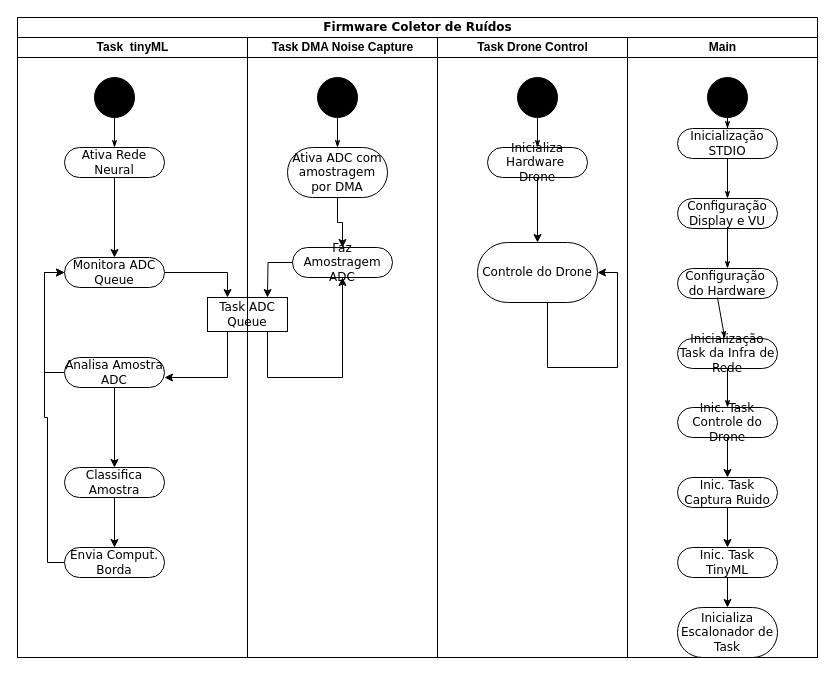
Above: docs/Diagrama sem nome.drawio in ArvoreDosSaberes/magnectostricao (draw.io), before the change. Source tidied: cells renumbered, new cells numbered last; positions are measured from the earlier drawing's top-left corner, leaving out a move shared by most shapes. Both pictures are drawn from the tidied source at 100%, with x=0, y=0 at pixel (17, 17).
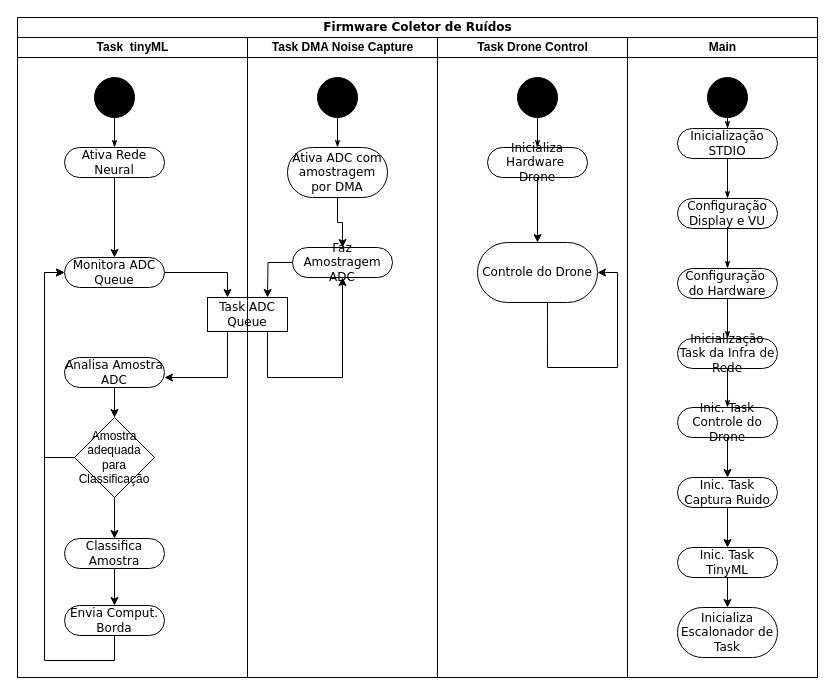
Above is the later version.

The change refers to these unchanged cells:
```xml
<mxCell id="10" value="Monitora ADC Queue" style="rounded=1;whiteSpace=wrap;html=1;shadow=0;comic=0;labelBackgroundColor=none;strokeWidth=1;fontFamily=Verdana;fontSize=12;align=center;arcSize=50;" parent="3" vertex="1">
  <mxGeometry x="47" y="220" width="100" height="30" as="geometry" />
</mxCell>
<mxCell id="14" value="Analisa Amostra ADC" style="rounded=1;whiteSpace=wrap;html=1;shadow=0;comic=0;labelBackgroundColor=none;strokeWidth=1;fontFamily=Verdana;fontSize=12;align=center;arcSize=50;" parent="3" vertex="1">
  <mxGeometry x="47" y="320" width="100" height="30" as="geometry" />
</mxCell>
<mxCell id="41" value="Configuração&amp;nbsp; do Hardware" style="rounded=1;whiteSpace=wrap;html=1;shadow=0;comic=0;labelBackgroundColor=none;strokeWidth=1;fontFamily=Verdana;fontSize=12;align=center;arcSize=50;" parent="34" vertex="1">
  <mxGeometry x="50" y="231" width="100" height="30" as="geometry" />
</mxCell>
<mxCell id="42" value="Inicialização Task da Infra de Rede" style="rounded=1;whiteSpace=wrap;html=1;shadow=0;comic=0;labelBackgroundColor=none;strokeWidth=1;fontFamily=Verdana;fontSize=12;align=center;arcSize=50;" parent="34" vertex="1">
  <mxGeometry x="50" y="301" width="100" height="30" as="geometry" />
</mxCell>
```

Diff of the diagram source:
```diff
@@
     <mxCell id="2" value="Firmware Coletor de Ruídos" style="swimlane;html=1;startSize=20;rounded=0;shadow=0;comic=0;labelBackgroundColor=none;strokeWidth=1;fontFamily=Verdana;fontSize=12;align=center;" parent="1" vertex="1">
-      <mxGeometry width="800" height="640" as="geometry" />
+      <mxGeometry width="800" height="660" as="geometry" />
     </mxCell>
     <mxCell id="3" value="Task&amp;nbsp; tinyML" style="swimlane;html=1;startSize=20;" parent="2" vertex="1">
-      <mxGeometry y="20" width="230" height="620" as="geometry" />
+      <mxGeometry y="20" width="230" height="640" as="geometry" />
     </mxCell>
@@
-    <mxCell id="12" style="edgeStyle=orthogonalEdgeStyle;rounded=0;jettySize=auto;html=1;exitX=0;exitY=0.5;exitDx=0;exitDy=0;entryX=0;entryY=0.5;entryDx=0;entryDy=0;" parent="3" edge="1" source="14" target="10">
+    <mxCell id="12" style="edgeStyle=orthogonalEdgeStyle;rounded=0;jettySize=auto;html=1;exitX=0;exitY=0.5;exitDx=0;exitDy=0;entryX=0;entryY=0.5;entryDx=0;entryDy=0;" parent="3" edge="1" source="55" target="10">
       <mxGeometry relative="1" as="geometry" />
     </mxCell>
-    <mxCell id="13" style="edgeStyle=orthogonalEdgeStyle;rounded=0;jettySize=auto;html=1;" parent="3" edge="1" source="14" target="16">
+    <mxCell id="13" style="edgeStyle=orthogonalEdgeStyle;rounded=0;jettySize=auto;html=1;entryX=0.5;entryY=0;entryDx=0;entryDy=0;" parent="3" edge="1" source="14" target="55">
       <mxGeometry relative="1" as="geometry" />
     </mxCell>
@@
     <mxCell id="16" value="Classifica Amostra" style="rounded=1;whiteSpace=wrap;html=1;shadow=0;comic=0;labelBackgroundColor=none;strokeWidth=1;fontFamily=Verdana;fontSize=12;align=center;arcSize=50;" parent="3" vertex="1">
-      <mxGeometry x="47" y="430" width="100" height="30" as="geometry" />
+      <mxGeometry x="47" y="501" width="100" height="30" as="geometry" />
     </mxCell>
     <mxCell id="17" style="edgeStyle=orthogonalEdgeStyle;rounded=0;jettySize=auto;html=1;entryX=0;entryY=0.5;entryDx=0;entryDy=0;" parent="3" edge="1" source="18" target="10">
       <mxGeometry relative="1" as="geometry">
         <Array as="points">
-          <mxPoint x="30" y="525" />
-          <mxPoint x="30" y="380" />
-          <mxPoint x="27" y="380" />
+          <mxPoint x="27" y="623" />
           <mxPoint x="27" y="235" />
         </Array>
       </mxGeometry>
     </mxCell>
     <mxCell id="18" value="Envia Comput. Borda" style="rounded=1;whiteSpace=wrap;html=1;shadow=0;comic=0;labelBackgroundColor=none;strokeWidth=1;fontFamily=Verdana;fontSize=12;align=center;arcSize=50;" parent="3" vertex="1">
-      <mxGeometry x="47" y="510" width="100" height="30" as="geometry" />
+      <mxGeometry x="47" y="568" width="100" height="30" as="geometry" />
     </mxCell>
+    <mxCell id="54" style="edgeStyle=orthogonalEdgeStyle;rounded=0;jettySize=auto;html=1;entryX=0.5;entryY=0;entryDx=0;entryDy=0;" parent="3" edge="1" source="55" target="16">
+      <mxGeometry relative="1" as="geometry" />
+    </mxCell>
+    <mxCell id="55" value="Amostra adequada para Classificação" style="rhombus;whiteSpace=wrap;html=1;" parent="3" vertex="1">
+      <mxGeometry x="57" y="380" width="80" height="80" as="geometry" />
+    </mxCell>
     <mxCell id="19" value="Task DMA Noise Capture" style="swimlane;html=1;startSize=20;" parent="2" vertex="1">
-      <mxGeometry x="230" y="20" width="190" height="620" as="geometry" />
+      <mxGeometry x="230" y="20" width="190" height="640" as="geometry" />
     </mxCell>
@@
     <mxCell id="27" value="Task Drone Control" style="swimlane;html=1;startSize=20;" parent="2" vertex="1">
-      <mxGeometry x="420" y="20" width="190" height="620" as="geometry" />
+      <mxGeometry x="420" y="20" width="190" height="640" as="geometry" />
     </mxCell>
@@
     <mxCell id="34" value="Main" style="swimlane;html=1;startSize=20;" parent="2" vertex="1">
-      <mxGeometry x="610" y="20" width="190" height="620" as="geometry" />
+      <mxGeometry x="610" y="20" width="190" height="640" as="geometry" />
     </mxCell>
@@
-    <mxCell id="43" style="edgeStyle=none;rounded=0;html=1;labelBackgroundColor=none;startArrow=none;startFill=0;startSize=5;endArrow=classicThin;endFill=1;endSize=5;jettySize=auto;strokeWidth=1;fontFamily=Verdana;fontSize=12;exitX=0.4;exitY=0.972;exitDx=0;exitDy=0;exitPerimeter=0;" parent="34" edge="1" source="41" target="42">
+    <mxCell id="43" style="edgeStyle=none;rounded=0;html=1;labelBackgroundColor=none;startArrow=none;startFill=0;startSize=5;endArrow=classicThin;endFill=1;endSize=5;jettySize=auto;strokeWidth=1;fontFamily=Verdana;fontSize=12;exitX=0.5;exitY=1;exitDx=0;exitDy=0;" parent="34" edge="1" source="41" target="42">
       <mxGeometry relative="1" as="geometry" />
     </mxCell>
```
